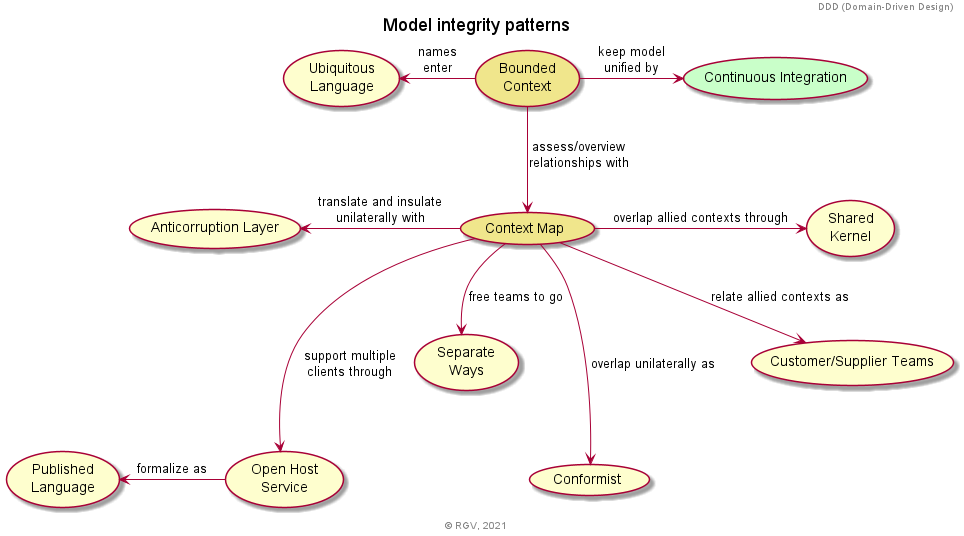
Earlier version of the PlantUML export DDD/ModelIntegrityPatterns.png (RicardoGuzmanVelasco/DomainModelling).
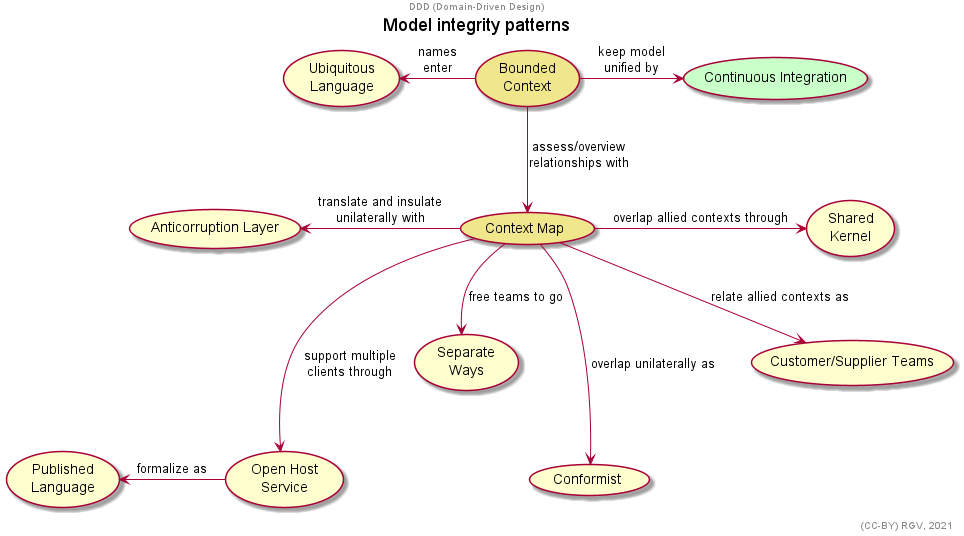
After the commit.

Change to the diagram source:
```diff
@@ -1,5 +1,5 @@
 @startuml
-header DDD (Domain-Driven Design)
+center header DDD (Domain-Driven Design)
 title Model integrity patterns
 allowmixing
 
@@ -37,5 +37,5 @@
     CM --> CST : relate allied contexts as
     CM -r-> SK : overlap allied contexts through
 
-footer © RGV, 2021
+right footer (CC-BY) RGV, 2021
 @enduml
```
